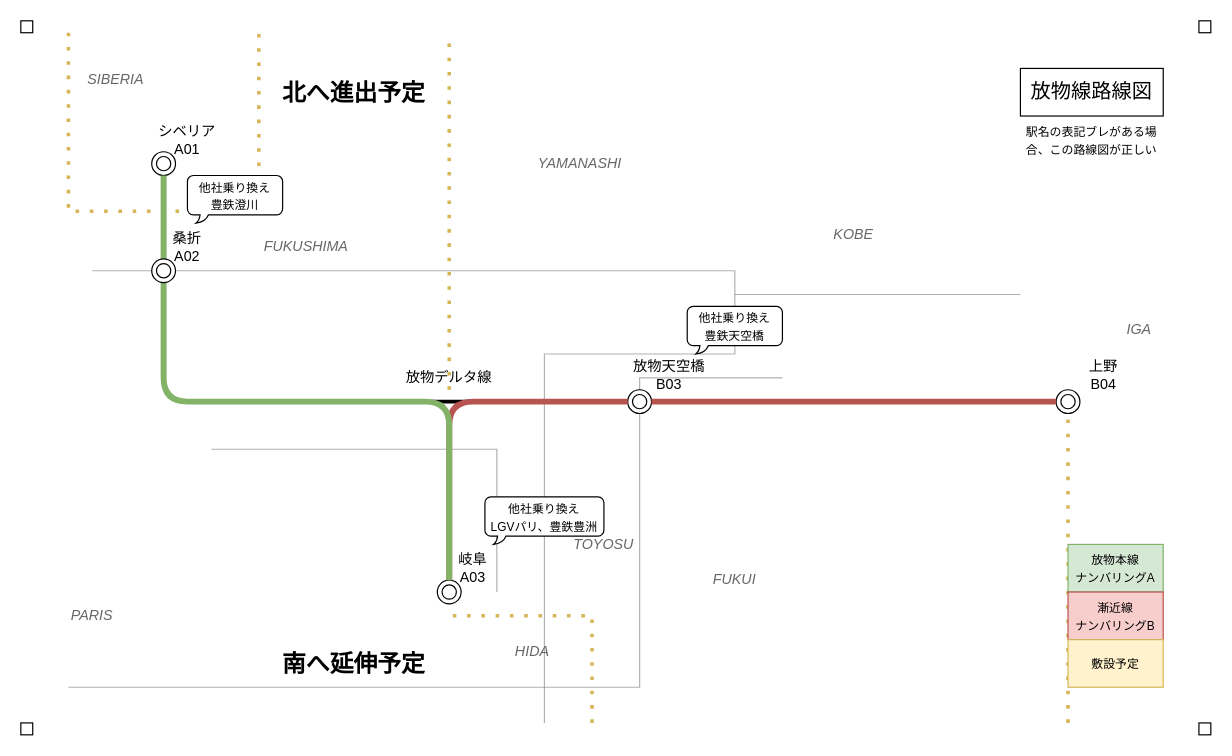
This is page "ページ1" (1 of 4) of バリン鯖放物線.drawio from chainsawsteel1/drawio-files, a draw.io file, before an edit. Source tidied: cells renumbered, new cells numbered last; positions are measured from the earlier drawing's top-left corner, leaving out a move shared by most shapes. Both pictures are drawn from the tidied source at 119%, with x=0, y=0 at pixel (20, 20).
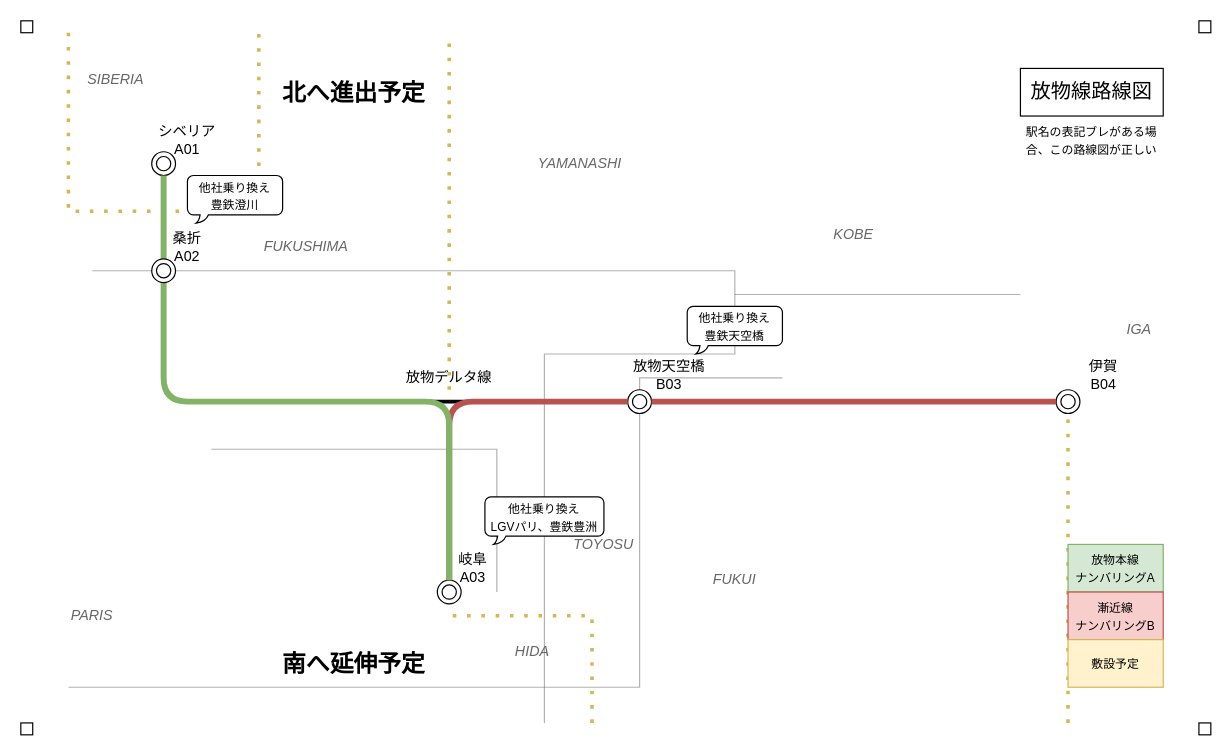
After the change.

Commit message:
Update バリン鯖放物線.drawio

Diff of the diagram source:
```diff
@@
-    <mxCell id="14" value="&lt;div&gt;上野&lt;br&gt;&lt;/div&gt;B04" style="text;html=1;align=center;verticalAlign=middle;whiteSpace=wrap;rounded=0;" parent="1" vertex="1">
+    <mxCell id="14" value="&lt;div&gt;伊賀&lt;br&gt;&lt;/div&gt;B04" style="text;html=1;align=center;verticalAlign=middle;whiteSpace=wrap;rounded=0;" parent="1" vertex="1">
       <mxGeometry x="870" y="280" width="80" height="35" as="geometry" />
     </mxCell>
```
